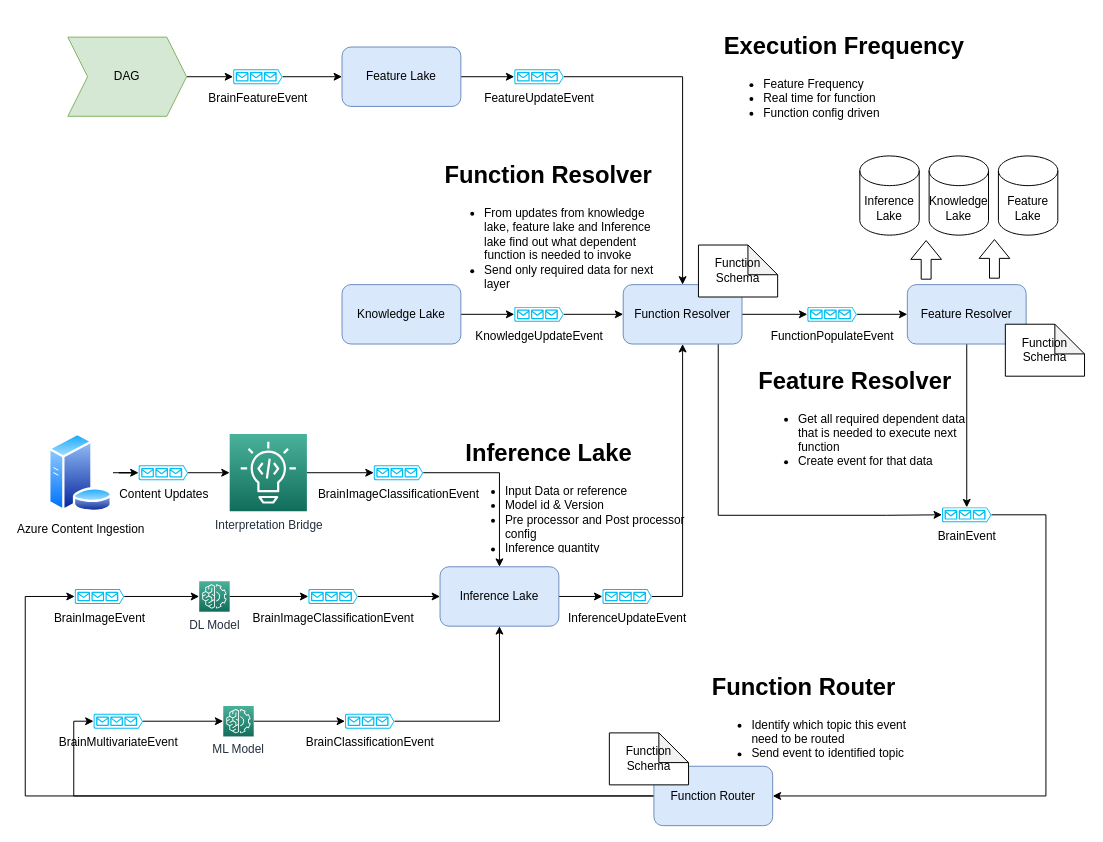
Before: page "Inference Lake" (8 of 9) of docs/diagram/ml.drawio in brain-os/brain-proto, a draw.io diagram. Source tidied: cells renumbered, new cells numbered last; positions are measured from the earlier drawing's top-left corner, leaving out a move shared by most shapes. Both pictures are drawn from the tidied source at 99%, with x=0, y=0 at pixel (25, 27).
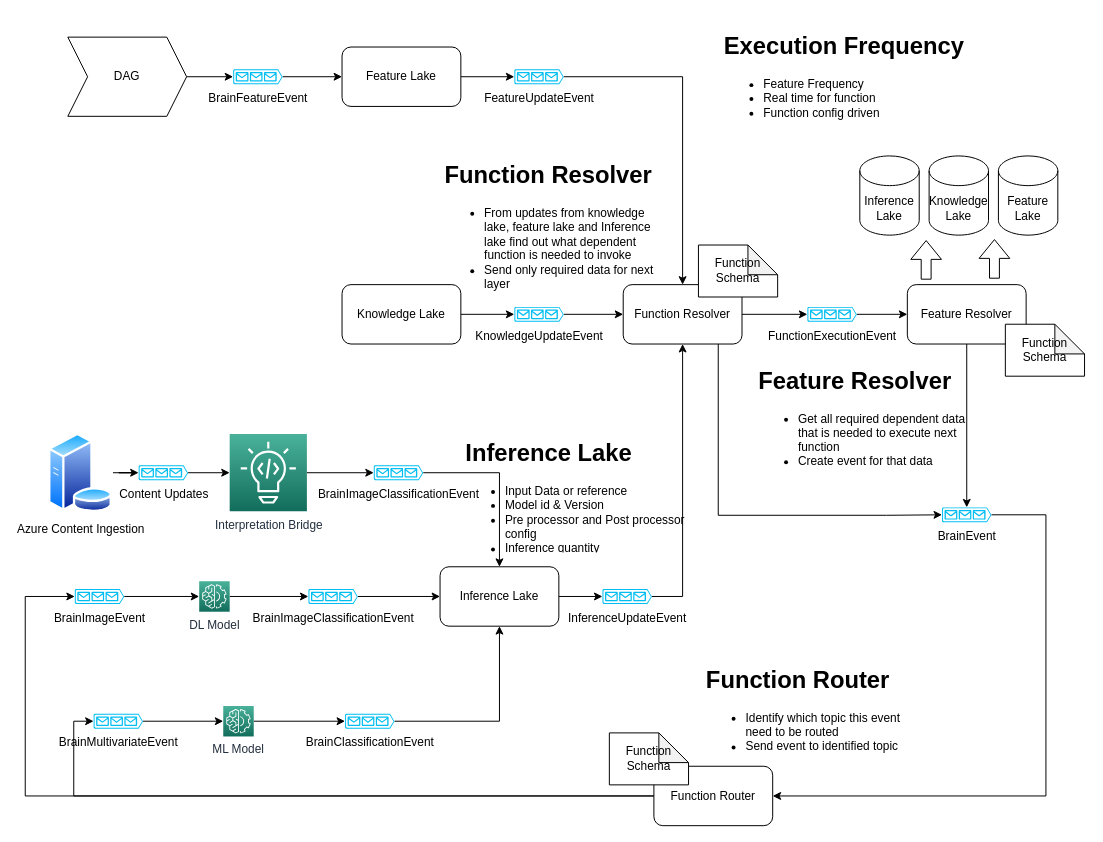
Above is the later version.

What changed in the source:
```diff
@@
-    <mxCell id="3" value="&lt;font color=&quot;#000000&quot;&gt;DAG&lt;/font&gt;" style="shape=step;perimeter=stepPerimeter;whiteSpace=wrap;html=1;fixedSize=1;fillColor=#d5e8d4;strokeColor=#82b366;" parent="1" vertex="1">
+    <mxCell id="3" value="&lt;font color=&quot;#000000&quot;&gt;DAG&lt;/font&gt;" style="shape=step;perimeter=stepPerimeter;whiteSpace=wrap;html=1;fixedSize=1;fontColor=#CCE5FF;" parent="1" vertex="1">
       <mxGeometry x="43" y="10" width="120" height="80" as="geometry" />
     </mxCell>
@@
-    <mxCell id="13" value="Feature Lake" style="rounded=1;whiteSpace=wrap;html=1;fillColor=#dae8fc;strokeColor=#6c8ebf;" parent="1" vertex="1">
+    <mxCell id="13" value="Feature Lake" style="rounded=1;whiteSpace=wrap;html=1;fontColor=#000000;" parent="1" vertex="1">
       <mxGeometry x="320" y="20" width="120" height="60" as="geometry" />
     </mxCell>
@@
-    <mxCell id="15" value="Inference Lake" style="rounded=1;whiteSpace=wrap;html=1;fillColor=#dae8fc;strokeColor=#6c8ebf;" parent="1" vertex="1">
+    <mxCell id="15" value="Inference Lake" style="rounded=1;whiteSpace=wrap;html=1;fontColor=#000000;" parent="1" vertex="1">
       <mxGeometry x="419" y="545" width="120" height="60" as="geometry" />
     </mxCell>
@@
-    <mxCell id="19" value="Function Resolver" style="rounded=1;whiteSpace=wrap;html=1;fillColor=#dae8fc;strokeColor=#6c8ebf;" parent="1" vertex="1">
+    <mxCell id="19" value="Function Resolver" style="rounded=1;whiteSpace=wrap;html=1;fontColor=#000000;" parent="1" vertex="1">
       <mxGeometry x="604" y="260" width="120" height="60" as="geometry" />
     </mxCell>
@@
-    <mxCell id="21" value="Knowledge Lake" style="rounded=1;whiteSpace=wrap;html=1;fillColor=#dae8fc;strokeColor=#6c8ebf;" parent="1" vertex="1">
+    <mxCell id="21" value="Knowledge Lake" style="rounded=1;whiteSpace=wrap;html=1;fontColor=#000000;" parent="1" vertex="1">
       <mxGeometry x="320" y="260" width="120" height="60" as="geometry" />
     </mxCell>
@@
-    <mxCell id="29" value="Feature Resolver" style="rounded=1;whiteSpace=wrap;html=1;fillColor=#dae8fc;strokeColor=#6c8ebf;" parent="1" vertex="1">
+    <mxCell id="29" value="Feature Resolver" style="rounded=1;whiteSpace=wrap;html=1;fontColor=#000000;" parent="1" vertex="1">
       <mxGeometry x="891" y="260" width="120" height="60" as="geometry" />
     </mxCell>
@@
-    <mxCell id="31" value="FunctionPopulateEvent" style="verticalLabelPosition=bottom;html=1;verticalAlign=top;align=center;strokeColor=none;fillColor=#00BEF2;shape=mxgraph.azure.queue_generic;" parent="1" vertex="1">
+    <mxCell id="31" value="FunctionExecutionEvent" style="verticalLabelPosition=bottom;html=1;verticalAlign=top;align=center;strokeColor=none;fillColor=#00BEF2;shape=mxgraph.azure.queue_generic;" parent="1" vertex="1">
       <mxGeometry x="790" y="282.5" width="50" height="15" as="geometry" />
     </mxCell>
@@
-    <mxCell id="40" value="Function Router" style="rounded=1;whiteSpace=wrap;html=1;fillColor=#dae8fc;strokeColor=#6c8ebf;" parent="1" vertex="1">
+    <mxCell id="40" value="Function Router" style="rounded=1;whiteSpace=wrap;html=1;fontColor=#000000;" parent="1" vertex="1">
       <mxGeometry x="635" y="746.5" width="120" height="60" as="geometry" />
     </mxCell>
@@
     <mxCell id="60" value="&lt;h1&gt;Function Router&lt;/h1&gt;&lt;p&gt;&lt;/p&gt;&lt;ul&gt;&lt;li&gt;Identify which topic this event need to be routed&lt;/li&gt;&lt;li&gt;Send event to identified topic&lt;/li&gt;&lt;/ul&gt;&lt;p&gt;&lt;/p&gt;" style="text;html=1;strokeColor=none;fillColor=none;spacing=5;spacingTop=-20;whiteSpace=wrap;overflow=hidden;rounded=0;fontColor=#000000;" parent="1" vertex="1">
-      <mxGeometry x="689" y="647" width="230" height="120" as="geometry" />
+      <mxGeometry x="683" y="640" width="230" height="120" as="geometry" />
     </mxCell>
```
